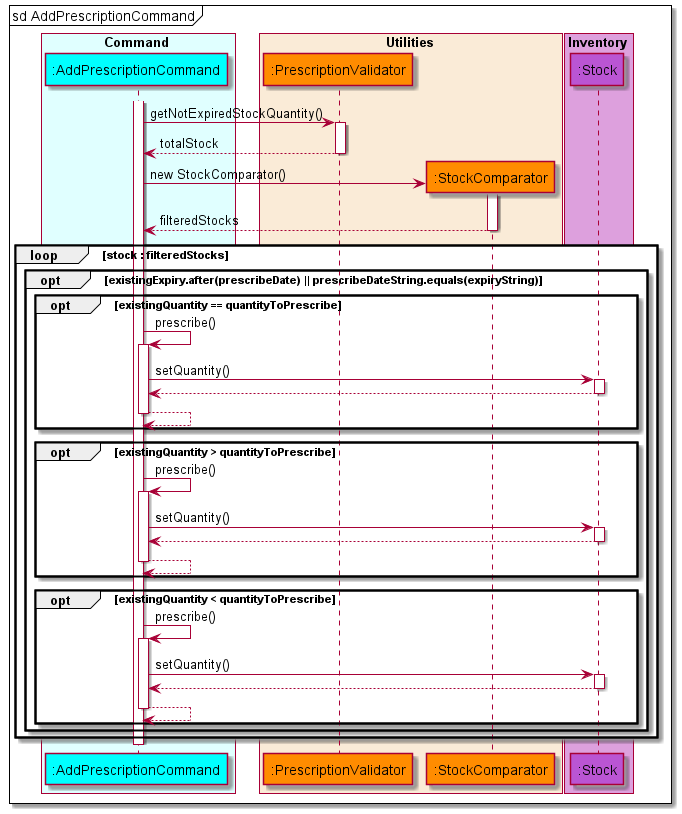
Earlier version of the PlantUML export docs/diagrams/diagram_images/AddPrescriptionSequenceDiagram.png (nus-cs2113-AY2122S1/tp). Source of this version:
```plantuml
@startuml AddPrescriptionSequenceDiagram

!include style.puml

box Command COLOR_COMMAND_BOX
    participant ":AddPrescriptionCommand" as addprescription COLOR_COMMAND
end box

box Utilities COLOR_UTILITIES_BOX
    participant ":PrescriptionValidator" as prescriptionvalidator COLOR_UTILITIES
    participant ":StockComparator" as stockcomparator COLOR_UTILITIES
end box

box Inventory COLOR_INVENTORY_BOX
    participant ":Stock" as stock COLOR_INVENTORY
end box

autoactivate on
mainframe sd AddPrescriptionCommand
activate addprescription
    addprescription -> prescriptionvalidator: getNotExpiredStockQuantity()
    addprescription <-- prescriptionvalidator: totalStock

    create stockcomparator
    addprescription -> stockcomparator : new StockComparator()
    addprescription <-- stockcomparator : filteredStocks
    deactivate stockcomparator
    loop stock : filteredStocks
        opt existingExpiry.after(prescribeDate) || prescribeDateString.equals(expiryString)
            opt existingQuantity == quantityToPrescribe
                addprescription -> addprescription : prescribe()
                addprescription -> stock : setQuantity()
                addprescription <-- stock
                addprescription --> addprescription
            end

            opt existingQuantity > quantityToPrescribe
                addprescription -> addprescription : prescribe()
                addprescription -> stock : setQuantity()
                addprescription <-- stock
                addprescription --> addprescription
            end
            opt existingQuantity < quantityToPrescribe
                addprescription -> addprescription : prescribe()
                addprescription -> stock : setQuantity()
                addprescription <-- stock
                addprescription --> addprescription
            end
        end
    end

deactivate addprescription

@enduml
```
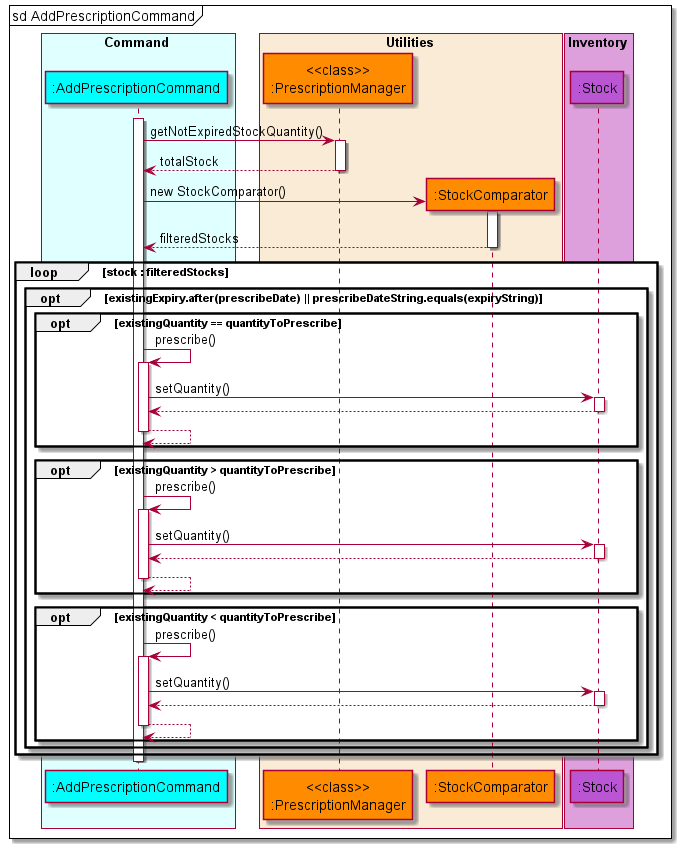
Later version of the same file.

Diff of the diagram source:
```diff
@@ -7,7 +7,7 @@
 end box
 
 box Utilities COLOR_UTILITIES_BOX
-    participant ":PrescriptionValidator" as prescriptionvalidator COLOR_UTILITIES
+    participant "<<class>>\n:PrescriptionManager" as prescriptionManager COLOR_UTILITIES
     participant ":StockComparator" as stockcomparator COLOR_UTILITIES
 end box
 
@@ -18,8 +18,8 @@
 autoactivate on
 mainframe sd AddPrescriptionCommand
 activate addprescription
-    addprescription -> prescriptionvalidator: getNotExpiredStockQuantity()
-    addprescription <-- prescriptionvalidator: totalStock
+    addprescription -> prescriptionManager: getNotExpiredStockQuantity()
+    addprescription <-- prescriptionManager: totalStock
 
     create stockcomparator
     addprescription -> stockcomparator : new StockComparator()
```
